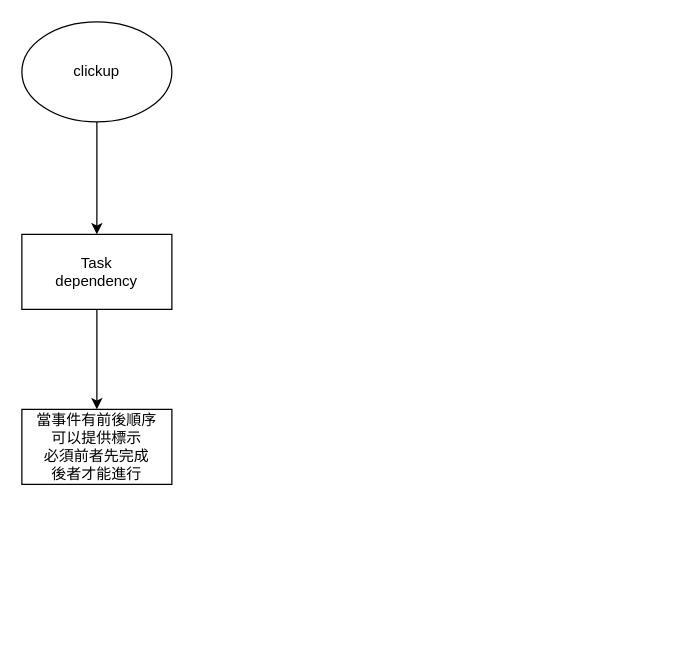
Earlier version of the draw.io diagram clickup.drawio (asd0591804/treeImage). Source tidied: cells renumbered, new cells numbered last; positions are measured from the earlier drawing's top-left corner, leaving out a move shared by most shapes. Both pictures are drawn from the tidied source at 125%, with x=0, y=0 at pixel (21, 21).
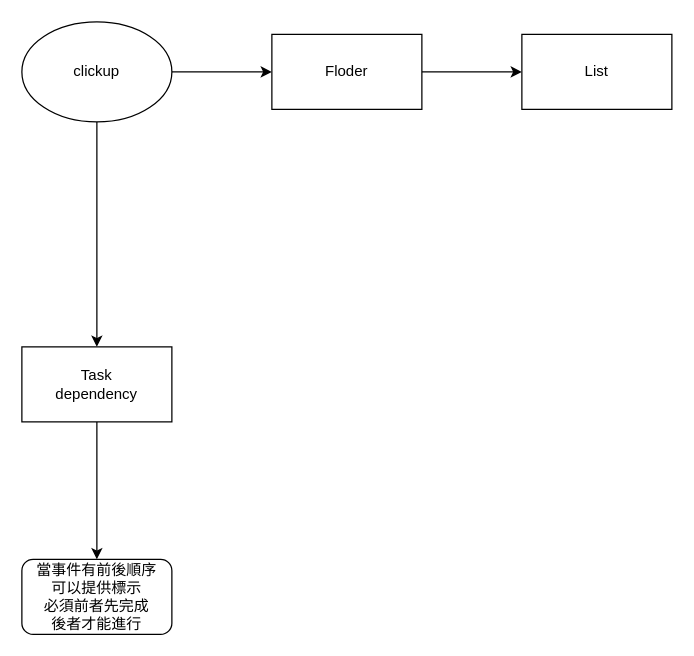
The same diagram, later.

What changed in the source:
```diff
@@
 <mxGraphModel>
   <root>
     <mxCell id="0" />
     <mxCell id="1" parent="0" />
     <mxCell id="2" style="edgeStyle=orthogonalEdgeStyle;rounded=0;jettySize=auto;html=1;" parent="1" edge="1" source="3" target="5">
       <mxGeometry relative="1" as="geometry" />
     </mxCell>
+    <mxCell id="7" style="edgeStyle=orthogonalEdgeStyle;rounded=0;jettySize=auto;html=1;" parent="1" edge="1" source="3" target="9">
+      <mxGeometry relative="1" as="geometry" />
+    </mxCell>
     <mxCell id="3" value="clickup" style="ellipse;whiteSpace=wrap;html=1;" parent="1" vertex="1">
       <mxGeometry width="120" height="80" as="geometry" />
     </mxCell>
     <mxCell id="4" style="edgeStyle=orthogonalEdgeStyle;rounded=0;jettySize=auto;html=1;" parent="1" edge="1" source="5" target="6">
       <mxGeometry relative="1" as="geometry" />
     </mxCell>
     <mxCell id="5" value="&lt;div&gt;Task&lt;/div&gt;dependency" style="whiteSpace=wrap;html=1;" parent="1" vertex="1">
-      <mxGeometry y="170" width="120" height="60" as="geometry" />
+      <mxGeometry y="260" width="120" height="60" as="geometry" />
     </mxCell>
-    <mxCell id="6" value="當事件有前後順序&lt;div&gt;可以提供標示&lt;/div&gt;&lt;div&gt;必須前者先完成&lt;/div&gt;&lt;div&gt;後者才能進行&lt;/div&gt;" style="whiteSpace=wrap;html=1;" parent="1" vertex="1">
-      <mxGeometry y="310" width="120" height="60" as="geometry" />
+    <mxCell id="6" value="當事件有前後順序&lt;div&gt;可以提供標示&lt;/div&gt;&lt;div&gt;必須前者先完成&lt;/div&gt;&lt;div&gt;後者才能進行&lt;/div&gt;" style="whiteSpace=wrap;html=1;glass=0;shadow=0;rounded=1;" parent="1" vertex="1">
+      <mxGeometry y="430" width="120" height="60" as="geometry" />
     </mxCell>
+    <mxCell id="8" style="edgeStyle=orthogonalEdgeStyle;rounded=0;jettySize=auto;html=1;" parent="1" edge="1" source="9" target="10">
+      <mxGeometry relative="1" as="geometry" />
+    </mxCell>
+    <mxCell id="9" value="Floder" style="whiteSpace=wrap;html=1;" parent="1" vertex="1">
+      <mxGeometry x="200" y="10" width="120" height="60" as="geometry" />
+    </mxCell>
+    <mxCell id="10" value="List" style="whiteSpace=wrap;html=1;" parent="1" vertex="1">
+      <mxGeometry x="400" y="10" width="120" height="60" as="geometry" />
+    </mxCell>
   </root>
 </mxGraphModel>
```
